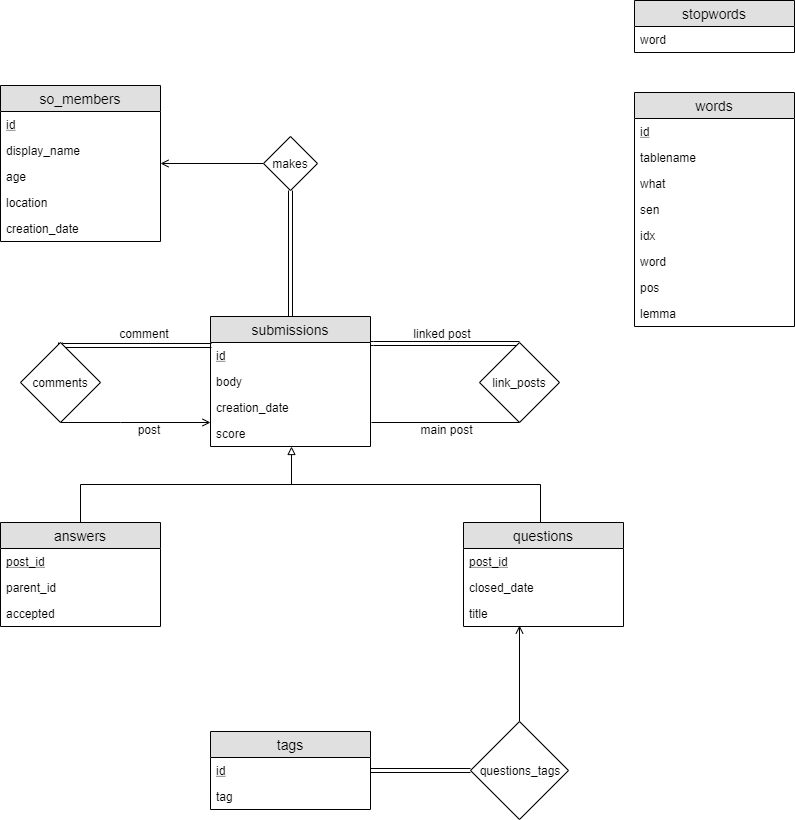
ivanspajic/SOVA keeps this draw.io diagram as QA data model - ER diagram.png. Above is the earlier version. Source tidied: cells renumbered, new cells last; positions are measured from the earlier drawing's top-left corner, leaving out a move shared by most shapes.
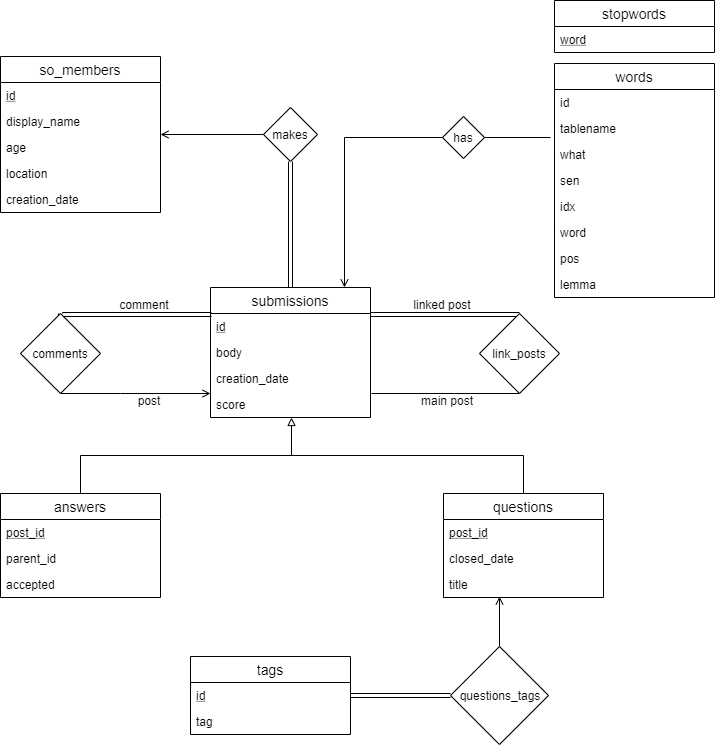
The same file after the commit.

Commit message:
Updated ER diagram, added QA only ER diagram

The edit, as a diff of the source:
```diff
@@ -2,7 +2,7 @@
   <root>
     <mxCell id="0" />
     <mxCell id="1" parent="0" />
-    <mxCell id="2" value="so_members" style="swimlane;fontStyle=0;horizontal=1;startSize=26;fillColor=#e0e0e0;swimlaneFillColor=#ffffff;align=center;fontSize=14;" parent="1" vertex="1">
+    <mxCell id="2" value="so_members" style="swimlane;fontStyle=0;horizontal=1;startSize=26;fillColor=none;swimlaneFillColor=#ffffff;align=center;fontSize=14;" parent="1" vertex="1">
       <mxGeometry y="85" width="160" height="156" as="geometry" />
     </mxCell>
     <mxCell id="3" value="id" style="text;strokeColor=none;fillColor=none;spacingLeft=4;spacingRight=4;overflow=hidden;fontSize=12;fontStyle=4;" parent="2" vertex="1">
@@ -20,7 +20,7 @@
     <mxCell id="7" value="creation_date" style="text;strokeColor=none;fillColor=none;spacingLeft=4;spacingRight=4;overflow=hidden;fontSize=12;" parent="2" vertex="1">
       <mxGeometry y="130" width="160" height="26" as="geometry" />
     </mxCell>
-    <mxCell id="8" value="submissions" style="swimlane;fontStyle=0;horizontal=1;startSize=26;fillColor=#e0e0e0;swimlaneFillColor=#ffffff;align=center;fontSize=14;" parent="1" vertex="1">
+    <mxCell id="8" value="submissions" style="swimlane;fontStyle=0;horizontal=1;startSize=26;fillColor=none;swimlaneFillColor=#ffffff;align=center;fontSize=14;" parent="1" vertex="1">
       <mxGeometry x="210" y="316" width="160" height="130" as="geometry" />
     </mxCell>
     <mxCell id="9" value="id" style="text;strokeColor=none;fillColor=none;spacingLeft=4;spacingRight=4;overflow=hidden;fontSize=12;fontStyle=4;" parent="8" vertex="1">
@@ -38,7 +38,7 @@
     <mxCell id="13" style="edgeStyle=orthogonalEdgeStyle;rounded=0;jettySize=auto;html=1;entryX=0.508;entryY=1;entryDx=0;entryDy=0;entryPerimeter=0;endArrow=block;endFill=0;" parent="1" edge="1" source="14" target="12">
       <mxGeometry relative="1" as="geometry" />
     </mxCell>
-    <mxCell id="14" value="answers" style="swimlane;fontStyle=0;horizontal=1;startSize=26;fillColor=#e0e0e0;swimlaneFillColor=#ffffff;align=center;fontSize=14;" parent="1" vertex="1">
+    <mxCell id="14" value="answers" style="swimlane;fontStyle=0;horizontal=1;startSize=26;fillColor=none;swimlaneFillColor=#ffffff;align=center;fontSize=14;" parent="1" vertex="1">
       <mxGeometry y="522" width="160" height="104" as="geometry" />
     </mxCell>
     <mxCell id="15" value="post_id" style="text;strokeColor=none;fillColor=none;spacingLeft=4;spacingRight=4;overflow=hidden;fontSize=12;fontStyle=4;" parent="14" vertex="1">
@@ -50,18 +50,16 @@
     <mxCell id="17" value="accepted" style="text;strokeColor=none;fillColor=none;spacingLeft=4;spacingRight=4;overflow=hidden;fontSize=12;" parent="14" vertex="1">
       <mxGeometry y="78" width="160" height="26" as="geometry" />
     </mxCell>
-    <mxCell id="18" style="edgeStyle=orthogonalEdgeStyle;rounded=0;orthogonalLoop=1;jettySize=auto;html=1;endArrow=none;endFill=0;" parent="1" edge="1">
+    <mxCell id="18" style="edgeStyle=orthogonalEdgeStyle;rounded=0;jettySize=auto;html=1;endArrow=none;endFill=0;exitX=0.5;exitY=0;exitDx=0;exitDy=0;" parent="1" edge="1" source="19">
       <mxGeometry relative="1" as="geometry">
-        <mxPoint x="540" y="527" as="sourcePoint" />
         <mxPoint x="290" y="484" as="targetPoint" />
         <Array as="points">
-          <mxPoint x="540" y="484" />
-          <mxPoint x="290" y="484" />
+          <mxPoint x="523" y="484" />
         </Array>
       </mxGeometry>
     </mxCell>
-    <mxCell id="19" value="questions" style="swimlane;fontStyle=0;horizontal=1;startSize=26;fillColor=#e0e0e0;swimlaneFillColor=#ffffff;align=center;fontSize=14;" parent="1" vertex="1">
-      <mxGeometry x="463" y="522" width="160" height="104" as="geometry" />
+    <mxCell id="19" value="questions" style="swimlane;fontStyle=0;horizontal=1;startSize=26;fillColor=none;swimlaneFillColor=#ffffff;align=center;fontSize=14;" parent="1" vertex="1">
+      <mxGeometry x="443" y="522" width="160" height="104" as="geometry" />
     </mxCell>
     <mxCell id="20" value="post_id" style="text;strokeColor=none;fillColor=none;spacingLeft=4;spacingRight=4;overflow=hidden;fontSize=12;fontStyle=4;" parent="19" vertex="1">
       <mxGeometry y="26" width="160" height="26" as="geometry" />
@@ -72,8 +70,8 @@
     <mxCell id="22" value="title" style="text;strokeColor=none;fillColor=none;spacingLeft=4;spacingRight=4;overflow=hidden;fontSize=12;" parent="19" vertex="1">
       <mxGeometry y="78" width="160" height="26" as="geometry" />
     </mxCell>
-    <mxCell id="23" value="tags" style="swimlane;fontStyle=0;horizontal=1;startSize=26;fillColor=#e0e0e0;swimlaneFillColor=#ffffff;align=center;fontSize=14;" parent="1" vertex="1">
-      <mxGeometry x="210" y="731" width="160" height="78" as="geometry" />
+    <mxCell id="23" value="tags" style="swimlane;fontStyle=0;horizontal=1;startSize=26;fillColor=none;swimlaneFillColor=#ffffff;align=center;fontSize=14;" parent="1" vertex="1">
+      <mxGeometry x="190" y="685" width="160" height="78" as="geometry" />
     </mxCell>
     <mxCell id="24" value="id" style="text;strokeColor=none;fillColor=none;spacingLeft=4;spacingRight=4;overflow=hidden;points=[[0,0.5],[1,0.5]];portConstraint=eastwest;fontSize=12;fontStyle=4;" parent="23" vertex="1">
       <mxGeometry y="26" width="160" height="26" as="geometry" />
@@ -94,14 +92,14 @@
     </mxCell>
     <mxCell id="29" style="edgeStyle=orthogonalEdgeStyle;rounded=0;jettySize=auto;html=1;entryX=0.558;entryY=0.974;entryDx=0;entryDy=0;entryPerimeter=0;endArrow=open;endFill=0;" parent="1" edge="1" source="31">
       <mxGeometry relative="1" as="geometry">
-        <mxPoint x="519" y="625" as="targetPoint" />
+        <mxPoint x="499" y="625" as="targetPoint" />
       </mxGeometry>
     </mxCell>
     <mxCell id="30" style="edgeStyle=orthogonalEdgeStyle;rounded=0;jettySize=auto;html=1;entryX=1;entryY=0.5;entryDx=0;entryDy=0;endArrow=none;endFill=0;shape=link;" parent="1" edge="1" source="31" target="24">
       <mxGeometry relative="1" as="geometry" />
     </mxCell>
     <mxCell id="31" value="questions_tags" style="rhombus;whiteSpace=wrap;html=1;" parent="1" vertex="1">
-      <mxGeometry x="470" y="721" width="98" height="98" as="geometry" />
+      <mxGeometry x="450" y="675" width="98" height="98" as="geometry" />
     </mxCell>
     <mxCell id="32" style="edgeStyle=orthogonalEdgeStyle;rounded=0;jettySize=auto;html=1;endArrow=open;endFill=0;exitX=0.5;exitY=1;exitDx=0;exitDy=0;" parent="1" edge="1" source="34">
       <mxGeometry relative="1" as="geometry">
@@ -112,12 +110,11 @@
         </Array>
       </mxGeometry>
     </mxCell>
-    <mxCell id="33" style="edgeStyle=orthogonalEdgeStyle;shape=link;rounded=0;orthogonalLoop=1;jettySize=auto;html=1;entryX=0.004;entryY=0.115;entryDx=0;entryDy=0;entryPerimeter=0;exitX=0.5;exitY=0;exitDx=0;exitDy=0;" parent="1" edge="1">
+    <mxCell id="33" style="edgeStyle=orthogonalEdgeStyle;shape=link;rounded=0;jettySize=auto;html=1;entryX=0.004;entryY=0.115;entryDx=0;entryDy=0;entryPerimeter=0;exitX=0.5;exitY=0;exitDx=0;exitDy=0;width=4;" parent="1" edge="1" source="34">
       <mxGeometry relative="1" as="geometry">
-        <mxPoint x="60" y="342" as="sourcePoint" />
-        <mxPoint x="211" y="345" as="targetPoint" />
+        <mxPoint x="211" y="343" as="targetPoint" />
         <Array as="points">
-          <mxPoint x="60" y="345" />
+          <mxPoint x="60" y="343" />
         </Array>
       </mxGeometry>
     </mxCell>
@@ -157,16 +154,16 @@
     <mxCell id="41" value="main post" style="text;html=1;strokeColor=none;fillColor=none;align=center;verticalAlign=middle;whiteSpace=wrap;rounded=0;" parent="1" vertex="1">
       <mxGeometry x="412" y="419" width="68" height="20" as="geometry" />
     </mxCell>
-    <mxCell id="42" value="stopwords" style="swimlane;fontStyle=0;horizontal=1;startSize=26;fillColor=#e0e0e0;swimlaneFillColor=#ffffff;align=center;fontSize=14;" parent="1" vertex="1">
-      <mxGeometry x="634" width="160" height="52" as="geometry" />
+    <mxCell id="42" value="stopwords" style="swimlane;fontStyle=0;horizontal=1;startSize=26;fillColor=none;swimlaneFillColor=#ffffff;align=center;fontSize=14;" parent="1" vertex="1">
+      <mxGeometry x="554" y="29" width="160" height="52" as="geometry" />
     </mxCell>
-    <mxCell id="43" value="word" style="text;strokeColor=none;fillColor=none;spacingLeft=4;spacingRight=4;overflow=hidden;fontSize=12;" parent="42" vertex="1">
+    <mxCell id="43" value="word" style="text;strokeColor=none;fillColor=none;spacingLeft=4;spacingRight=4;overflow=hidden;fontSize=12;fontStyle=4;" parent="42" vertex="1">
       <mxGeometry y="26" width="160" height="26" as="geometry" />
     </mxCell>
-    <mxCell id="44" value="words" style="swimlane;fontStyle=0;horizontal=1;startSize=26;fillColor=#e0e0e0;swimlaneFillColor=#ffffff;align=center;fontSize=14;" parent="1" vertex="1">
-      <mxGeometry x="634" y="92" width="160" height="234" as="geometry" />
+    <mxCell id="44" value="words" style="swimlane;fontStyle=0;horizontal=1;startSize=26;fillColor=none;swimlaneFillColor=#ffffff;align=center;fontSize=14;" parent="1" vertex="1">
+      <mxGeometry x="554" y="92" width="160" height="234" as="geometry" />
     </mxCell>
-    <mxCell id="45" value="id" style="text;strokeColor=none;fillColor=none;spacingLeft=4;spacingRight=4;overflow=hidden;fontSize=12;fontStyle=4;" parent="44" vertex="1">
+    <mxCell id="45" value="id" style="text;strokeColor=none;fillColor=none;spacingLeft=4;spacingRight=4;overflow=hidden;fontSize=12;fontStyle=0;" parent="44" vertex="1">
       <mxGeometry y="26" width="160" height="26" as="geometry" />
     </mxCell>
     <mxCell id="46" value="tablename" style="text;strokeColor=none;fillColor=none;spacingLeft=4;spacingRight=4;overflow=hidden;points=[[0,0.5],[1,0.5]];portConstraint=eastwest;fontSize=12;" parent="44" vertex="1">
@@ -190,5 +187,18 @@
     <mxCell id="52" value="lemma" style="text;strokeColor=none;fillColor=none;spacingLeft=4;spacingRight=4;overflow=hidden;fontSize=12;" parent="44" vertex="1">
       <mxGeometry y="208" width="160" height="26" as="geometry" />
     </mxCell>
+    <mxCell id="53" style="edgeStyle=orthogonalEdgeStyle;rounded=0;jettySize=auto;html=1;endArrow=open;endFill=0;" parent="1" edge="1" source="55" target="8">
+      <mxGeometry relative="1" as="geometry">
+        <Array as="points">
+          <mxPoint x="344" y="166" />
+        </Array>
+      </mxGeometry>
+    </mxCell>
+    <mxCell id="54" style="edgeStyle=orthogonalEdgeStyle;rounded=0;jettySize=auto;html=1;entryX=-0.025;entryY=0.846;entryDx=0;entryDy=0;entryPerimeter=0;endArrow=none;endFill=0;" parent="1" edge="1" source="55" target="46">
+      <mxGeometry relative="1" as="geometry" />
+    </mxCell>
+    <mxCell id="55" value="has" style="rhombus;whiteSpace=wrap;html=1;" parent="1" vertex="1">
+      <mxGeometry x="442" y="145" width="42" height="42" as="geometry" />
+    </mxCell>
   </root>
 </mxGraphModel>
```
